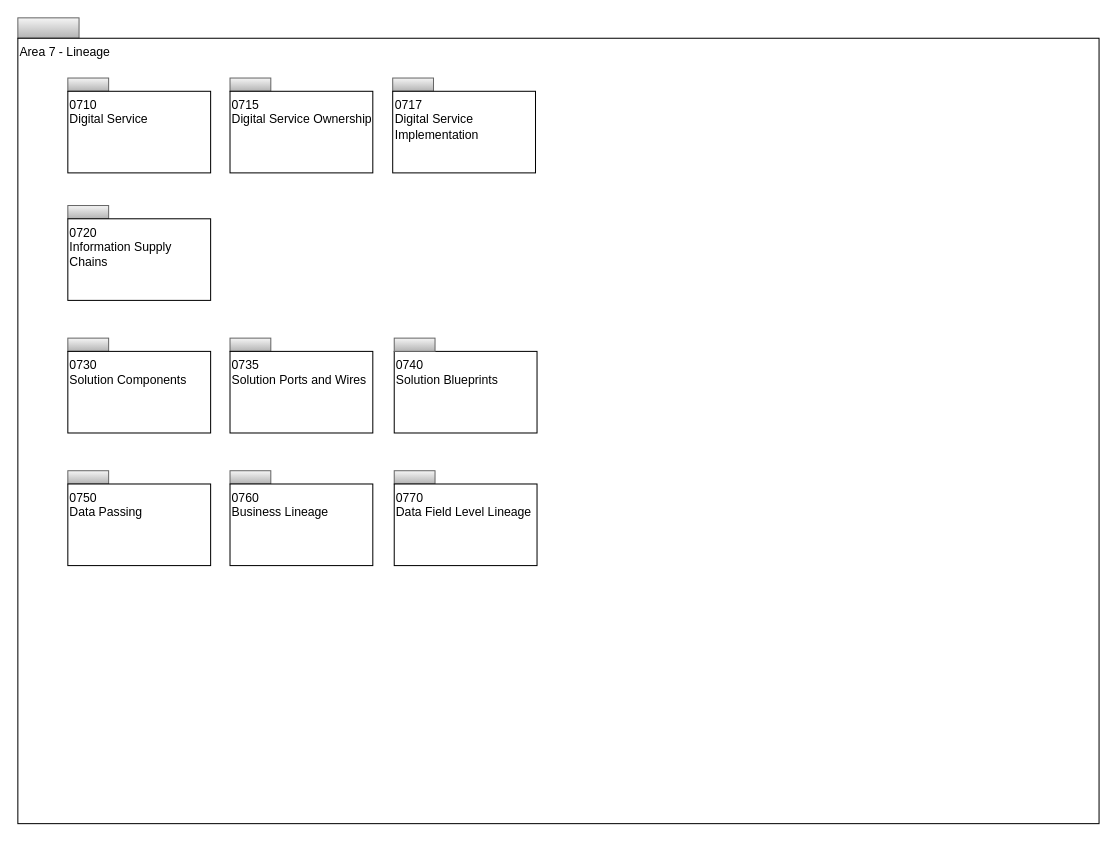
This is page "Overview" (1 of 11) of open-metadata-publication/website/open-metadata-types/area-7-lineage.drawio from odpi/egeria, a draw.io file, before an edit. Source tidied: cells renumbered, new cells numbered last; positions are measured from the earlier drawing's top-left corner, leaving out a move shared by most shapes. Both pictures are drawn from the tidied source at 102%, with x=0, y=0 at pixel (17, 17).
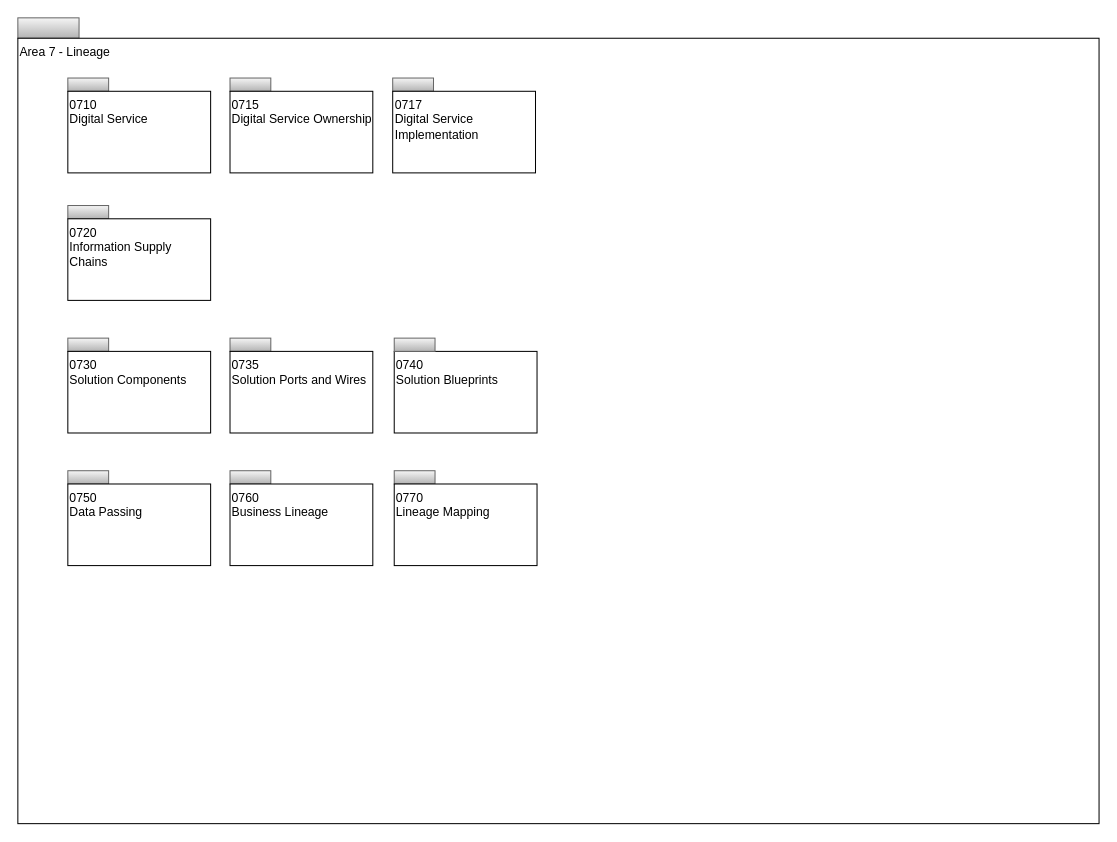
After the change.

Diff of the diagram source:
```diff
@@
-    <mxCell id="23" value="0770&lt;br&gt;Data Field Level Lineage" style="rounded=0;whiteSpace=wrap;html=1;align=left;verticalAlign=top;" parent="1" vertex="1">
+    <mxCell id="23" value="0770&lt;br&gt;Lineage Mapping" style="rounded=0;whiteSpace=wrap;html=1;align=left;verticalAlign=top;" parent="1" vertex="1">
       <mxGeometry x="369" y="457" width="140" height="80" as="geometry" />
     </mxCell>
```
